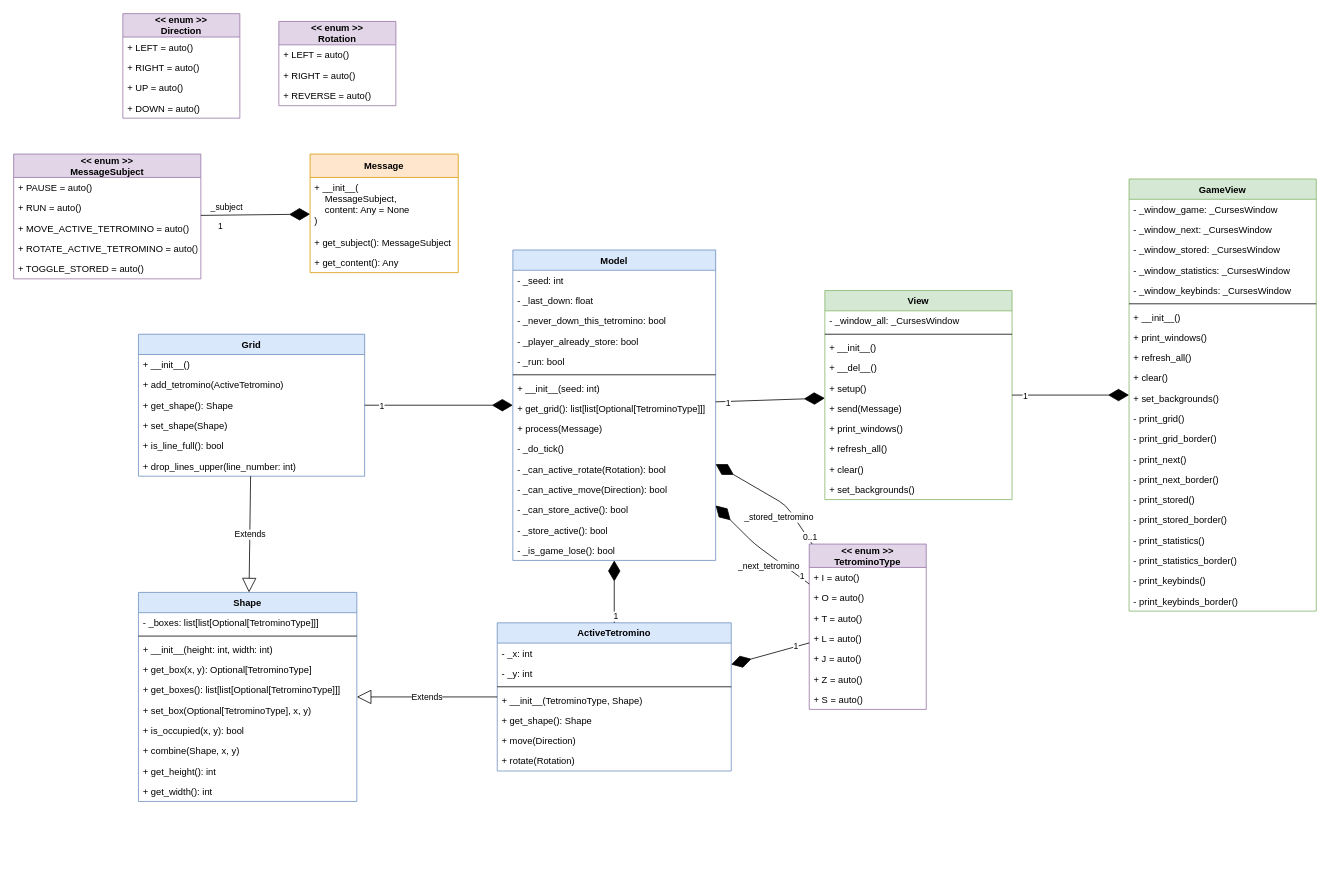
Above: information/class diagram.drawio in le-chartreux/Tertris (draw.io), before the change. Source tidied: cells renumbered, new cells numbered last; positions are measured from the earlier drawing's top-left corner, leaving out a move shared by most shapes. Both pictures are drawn from the tidied source at 78%, with x=0, y=0 at pixel (13, 13).
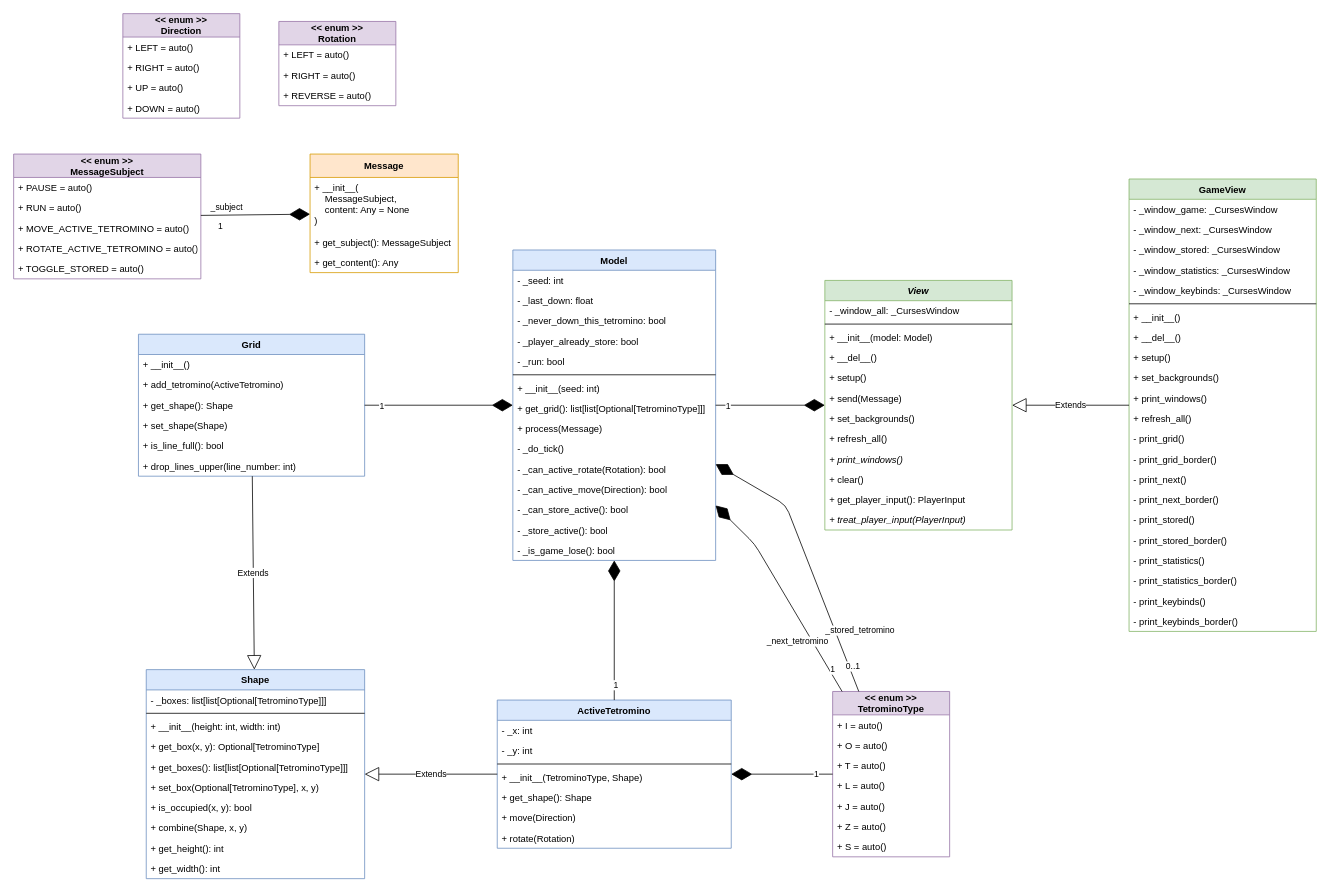
The same diagram, later.

Commit message (it also covers changes not shown here):
working on View

Unchanged cells that the change refers to:
```xml
<mxCell id="71" style="endArrow=diamondThin;endFill=1;endSize=24;html=1;" parent="1" edge="1" source="29" target="2">
  <mxGeometry relative="1" as="geometry">
    <Array as="points">
      <mxPoint x="990" y="630" />
    </Array>
  </mxGeometry>
</mxCell>
```

Change to the diagram source:
```diff
@@
-    <mxCell id="18" value="View" style="swimlane;fontStyle=1;align=center;verticalAlign=top;horizontal=1;startSize=26;fillColor=#d5e8d4;strokeColor=#82b366;" parent="1" vertex="1">
-      <mxGeometry x="1040" y="355" width="240" height="268" as="geometry" />
+    <mxCell id="18" value="View" style="swimlane;fontStyle=3;align=center;verticalAlign=top;horizontal=1;startSize=26;fillColor=#d5e8d4;strokeColor=#82b366;" parent="1" vertex="1">
+      <mxGeometry x="1040" y="342" width="240" height="320" as="geometry" />
     </mxCell>
@@
-    <mxCell id="21" value="+ __init__()" style="text;strokeColor=none;fillColor=none;align=left;verticalAlign=top;spacingLeft=4;spacingRight=4;overflow=hidden;" parent="18" vertex="1">
+    <mxCell id="21" value="+ __init__(model: Model)" style="text;strokeColor=none;fillColor=none;align=left;verticalAlign=top;spacingLeft=4;spacingRight=4;overflow=hidden;" parent="18" vertex="1">
       <mxGeometry y="60" width="240" height="26" as="geometry" />
     </mxCell>
@@
+    <mxCell id="28" value="+ set_backgrounds()" style="text;strokeColor=none;fillColor=none;align=left;verticalAlign=top;spacingLeft=4;spacingRight=4;overflow=hidden;" parent="18" vertex="1">
+      <mxGeometry y="164" width="240" height="26" as="geometry" />
+    </mxCell>
+    <mxCell id="26" value="+ refresh_all()" style="text;strokeColor=none;fillColor=none;align=left;verticalAlign=top;spacingLeft=4;spacingRight=4;overflow=hidden;" parent="18" vertex="1">
+      <mxGeometry y="190" width="240" height="26" as="geometry" />
+    </mxCell>
-    <mxCell id="25" value="+ print_windows()" style="text;strokeColor=none;fillColor=none;align=left;verticalAlign=top;spacingLeft=4;spacingRight=4;overflow=hidden;" parent="18" vertex="1">
-      <mxGeometry y="164" width="240" height="26" as="geometry" />
+    <mxCell id="25" value="+ print_windows()" style="text;strokeColor=none;fillColor=none;align=left;verticalAlign=top;spacingLeft=4;spacingRight=4;overflow=hidden;fontStyle=2;" parent="18" vertex="1">
+      <mxGeometry y="216" width="240" height="26" as="geometry" />
     </mxCell>
-    <mxCell id="26" value="+ refresh_all()" style="text;strokeColor=none;fillColor=none;align=left;verticalAlign=top;spacingLeft=4;spacingRight=4;overflow=hidden;" parent="18" vertex="1">
-      <mxGeometry y="190" width="240" height="26" as="geometry" />
-    </mxCell>
     <mxCell id="27" value="+ clear()" style="text;strokeColor=none;fillColor=none;align=left;verticalAlign=top;spacingLeft=4;spacingRight=4;overflow=hidden;" parent="18" vertex="1">
-      <mxGeometry y="216" width="240" height="26" as="geometry" />
+      <mxGeometry y="242" width="240" height="26" as="geometry" />
     </mxCell>
-    <mxCell id="28" value="+ set_backgrounds()" style="text;strokeColor=none;fillColor=none;align=left;verticalAlign=top;spacingLeft=4;spacingRight=4;overflow=hidden;" parent="18" vertex="1">
-      <mxGeometry y="242" width="240" height="26" as="geometry" />
-    </mxCell>
+    <mxCell id="125" value="+ get_player_input(): PlayerInput" style="text;strokeColor=none;fillColor=none;align=left;verticalAlign=top;spacingLeft=4;spacingRight=4;overflow=hidden;" parent="18" vertex="1">
+      <mxGeometry y="268" width="240" height="26" as="geometry" />
+    </mxCell>
+    <mxCell id="126" value="+ treat_player_input(PlayerInput)" style="text;strokeColor=none;fillColor=none;align=left;verticalAlign=top;spacingLeft=4;spacingRight=4;overflow=hidden;fontStyle=2;" parent="18" vertex="1">
+      <mxGeometry y="294" width="240" height="26" as="geometry" />
+    </mxCell>
     <mxCell id="29" value="&lt;&lt; enum &gt;&gt;&#10;TetrominoType" style="swimlane;fontStyle=1;horizontal=1;startSize=30;fillColor=#e1d5e7;rounded=0;strokeColor=#9673a6;" parent="1" vertex="1">
-      <mxGeometry x="1020" y="680" width="150" height="212" as="geometry" />
+      <mxGeometry x="1050" y="869" width="150" height="212" as="geometry" />
     </mxCell>
@@
     <mxCell id="61" value="ActiveTetromino" style="swimlane;fontStyle=1;align=center;verticalAlign=top;horizontal=1;startSize=26;fillColor=#dae8fc;strokeColor=#6c8ebf;" parent="1" vertex="1">
-      <mxGeometry x="620" y="781" width="300" height="190" as="geometry" />
+      <mxGeometry x="620" y="880" width="300" height="190" as="geometry" />
     </mxCell>
@@
     <mxCell id="73" value="_stored_tetromino" style="edgeLabel;html=1;align=center;verticalAlign=middle;" parent="71" vertex="1">
       <mxGeometry x="-0.47" y="-1" relative="1" as="geometry">
-        <mxPoint x="-19.1" y="2.1" as="offset" />
+        <mxPoint x="35.5" y="10.9" as="offset" />
       </mxGeometry>
     </mxCell>
     <mxCell id="74" value="Shape" style="swimlane;fontStyle=1;horizontal=1;startSize=26;fillColor=#dae8fc;strokeColor=#6c8ebf;" parent="1" vertex="1">
-      <mxGeometry x="160" y="742" width="280" height="268" as="geometry" />
+      <mxGeometry x="170" y="841" width="280" height="268" as="geometry" />
     </mxCell>
@@
     <mxCell id="94" value="GameView" style="swimlane;fontStyle=1;align=center;verticalAlign=top;horizontal=1;startSize=26;fillColor=#d5e8d4;strokeColor=#82b366;" parent="1" vertex="1">
-      <mxGeometry x="1430" y="212" width="240" height="554" as="geometry" />
+      <mxGeometry x="1430" y="212" width="240" height="580" as="geometry" />
     </mxCell>
@@
+    <mxCell id="127" value="+ __del__()" style="text;strokeColor=none;fillColor=none;align=left;verticalAlign=top;spacingLeft=4;spacingRight=4;overflow=hidden;" parent="94" vertex="1">
+      <mxGeometry y="190" width="240" height="26" as="geometry" />
+    </mxCell>
+    <mxCell id="128" value="+ setup()" style="text;strokeColor=none;fillColor=none;align=left;verticalAlign=top;spacingLeft=4;spacingRight=4;overflow=hidden;" parent="94" vertex="1">
+      <mxGeometry y="216" width="240" height="26" as="geometry" />
+    </mxCell>
+    <mxCell id="105" value="+ set_backgrounds()" style="text;strokeColor=none;fillColor=none;align=left;verticalAlign=top;spacingLeft=4;spacingRight=4;overflow=hidden;" parent="94" vertex="1">
+      <mxGeometry y="242" width="240" height="26" as="geometry" />
+    </mxCell>
     <mxCell id="102" value="+ print_windows()" style="text;strokeColor=none;fillColor=none;align=left;verticalAlign=top;spacingLeft=4;spacingRight=4;overflow=hidden;" parent="94" vertex="1">
-      <mxGeometry y="190" width="240" height="26" as="geometry" />
+      <mxGeometry y="268" width="240" height="26" as="geometry" />
     </mxCell>
     <mxCell id="103" value="+ refresh_all()" style="text;strokeColor=none;fillColor=none;align=left;verticalAlign=top;spacingLeft=4;spacingRight=4;overflow=hidden;" parent="94" vertex="1">
-      <mxGeometry y="216" width="240" height="26" as="geometry" />
+      <mxGeometry y="294" width="240" height="26" as="geometry" />
     </mxCell>
-    <mxCell id="104" value="+ clear()" style="text;strokeColor=none;fillColor=none;align=left;verticalAlign=top;spacingLeft=4;spacingRight=4;overflow=hidden;" parent="94" vertex="1">
-      <mxGeometry y="242" width="240" height="26" as="geometry" />
-    </mxCell>
-    <mxCell id="105" value="+ set_backgrounds()" style="text;strokeColor=none;fillColor=none;align=left;verticalAlign=top;spacingLeft=4;spacingRight=4;overflow=hidden;" parent="94" vertex="1">
-      <mxGeometry y="268" width="240" height="26" as="geometry" />
-    </mxCell>
     <mxCell id="106" value="- print_grid()" style="text;strokeColor=none;fillColor=none;align=left;verticalAlign=top;spacingLeft=4;spacingRight=4;overflow=hidden;" parent="94" vertex="1">
-      <mxGeometry y="294" width="240" height="26" as="geometry" />
+      <mxGeometry y="320" width="240" height="26" as="geometry" />
     </mxCell>
     <mxCell id="107" value="- print_grid_border()" style="text;strokeColor=none;fillColor=none;align=left;verticalAlign=top;spacingLeft=4;spacingRight=4;overflow=hidden;" parent="94" vertex="1">
-      <mxGeometry y="320" width="240" height="26" as="geometry" />
+      <mxGeometry y="346" width="240" height="26" as="geometry" />
     </mxCell>
     <mxCell id="108" value="- print_next()" style="text;strokeColor=none;fillColor=none;align=left;verticalAlign=top;spacingLeft=4;spacingRight=4;overflow=hidden;" parent="94" vertex="1">
-      <mxGeometry y="346" width="240" height="26" as="geometry" />
+      <mxGeometry y="372" width="240" height="26" as="geometry" />
     </mxCell>
     <mxCell id="109" value="- print_next_border()" style="text;strokeColor=none;fillColor=none;align=left;verticalAlign=top;spacingLeft=4;spacingRight=4;overflow=hidden;" parent="94" vertex="1">
-      <mxGeometry y="372" width="240" height="26" as="geometry" />
+      <mxGeometry y="398" width="240" height="26" as="geometry" />
     </mxCell>
     <mxCell id="110" value="- print_stored()" style="text;strokeColor=none;fillColor=none;align=left;verticalAlign=top;spacingLeft=4;spacingRight=4;overflow=hidden;" parent="94" vertex="1">
-      <mxGeometry y="398" width="240" height="26" as="geometry" />
+      <mxGeometry y="424" width="240" height="26" as="geometry" />
     </mxCell>
     <mxCell id="111" value="- print_stored_border()" style="text;strokeColor=none;fillColor=none;align=left;verticalAlign=top;spacingLeft=4;spacingRight=4;overflow=hidden;" parent="94" vertex="1">
-      <mxGeometry y="424" width="240" height="26" as="geometry" />
+      <mxGeometry y="450" width="240" height="26" as="geometry" />
     </mxCell>
     <mxCell id="112" value="- print_statistics()" style="text;strokeColor=none;fillColor=none;align=left;verticalAlign=top;spacingLeft=4;spacingRight=4;overflow=hidden;" parent="94" vertex="1">
-      <mxGeometry y="450" width="240" height="26" as="geometry" />
+      <mxGeometry y="476" width="240" height="26" as="geometry" />
     </mxCell>
     <mxCell id="113" value="- print_statistics_border()" style="text;strokeColor=none;fillColor=none;align=left;verticalAlign=top;spacingLeft=4;spacingRight=4;overflow=hidden;" parent="94" vertex="1">
-      <mxGeometry y="476" width="240" height="26" as="geometry" />
+      <mxGeometry y="502" width="240" height="26" as="geometry" />
     </mxCell>
     <mxCell id="114" value="- print_keybinds()" style="text;strokeColor=none;fillColor=none;align=left;verticalAlign=top;spacingLeft=4;spacingRight=4;overflow=hidden;" parent="94" vertex="1">
-      <mxGeometry y="502" width="240" height="26" as="geometry" />
+      <mxGeometry y="528" width="240" height="26" as="geometry" />
     </mxCell>
     <mxCell id="115" value="- print_keybinds_border()" style="text;strokeColor=none;fillColor=none;align=left;verticalAlign=top;spacingLeft=4;spacingRight=4;overflow=hidden;" parent="94" vertex="1">
-      <mxGeometry y="528" width="240" height="26" as="geometry" />
+      <mxGeometry y="554" width="240" height="26" as="geometry" />
     </mxCell>
-    <mxCell id="116" style="endArrow=diamondThin;endFill=1;endSize=24;html=1;" parent="1" edge="1" source="18" target="94">
-      <mxGeometry relative="1" as="geometry" />
-    </mxCell>
-    <mxCell id="117" value="1" style="edgeLabel;html=1;align=center;verticalAlign=middle;" parent="116" vertex="1">
-      <mxGeometry x="-0.78" y="-1" relative="1" as="geometry" />
-    </mxCell>
@@
+    <mxCell id="129" value="Extends" style="endArrow=block;endSize=16;endFill=0;html=1;" parent="1" edge="1" source="94" target="18">
+      <mxGeometry relative="1" as="geometry" />
+    </mxCell>
```
